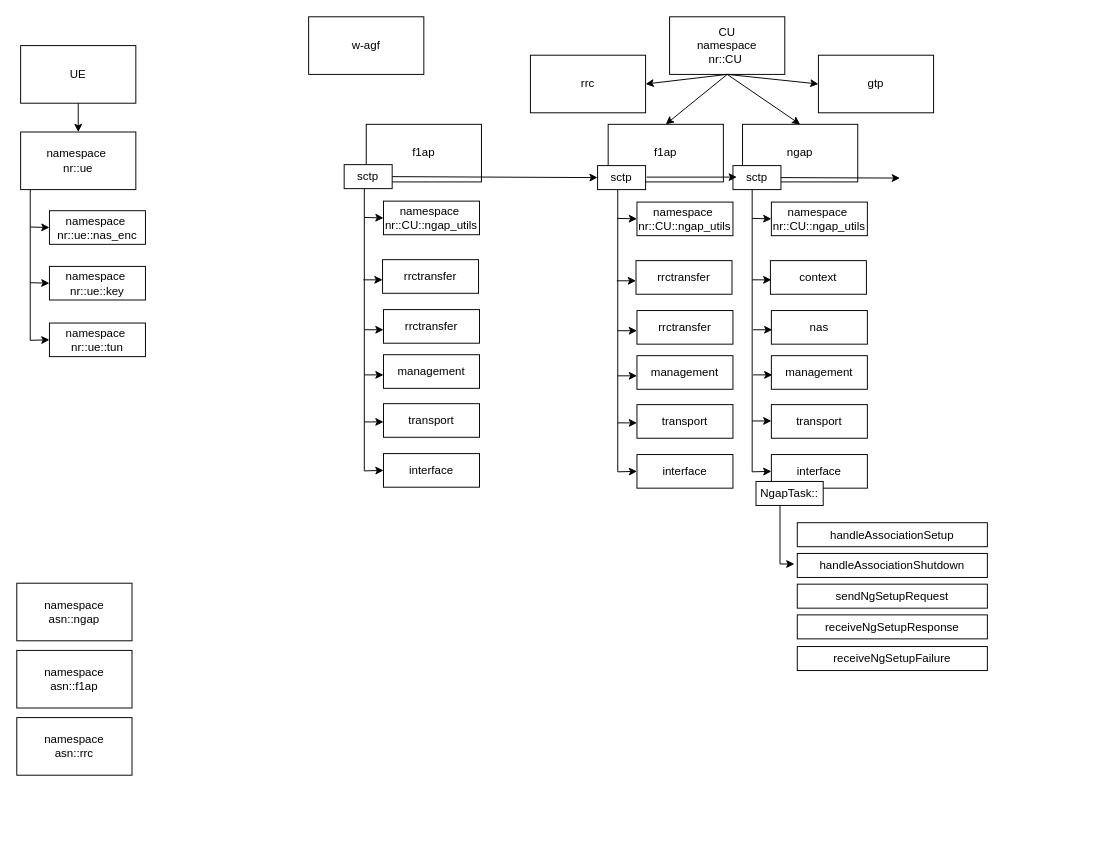
The draw.io diagram page "Halaman-2" (2 of 2) of Diagram Tanpa Judul.drawio in saffanazyan07/z-UERANSIM-W-AGF, before the edit. Source tidied: cells renumbered, new cells numbered last; positions are measured from the earlier drawing's top-left corner, leaving out a move shared by most shapes. Both pictures are drawn from the tidied source at 96%, with x=0, y=0 at pixel (16, 16).
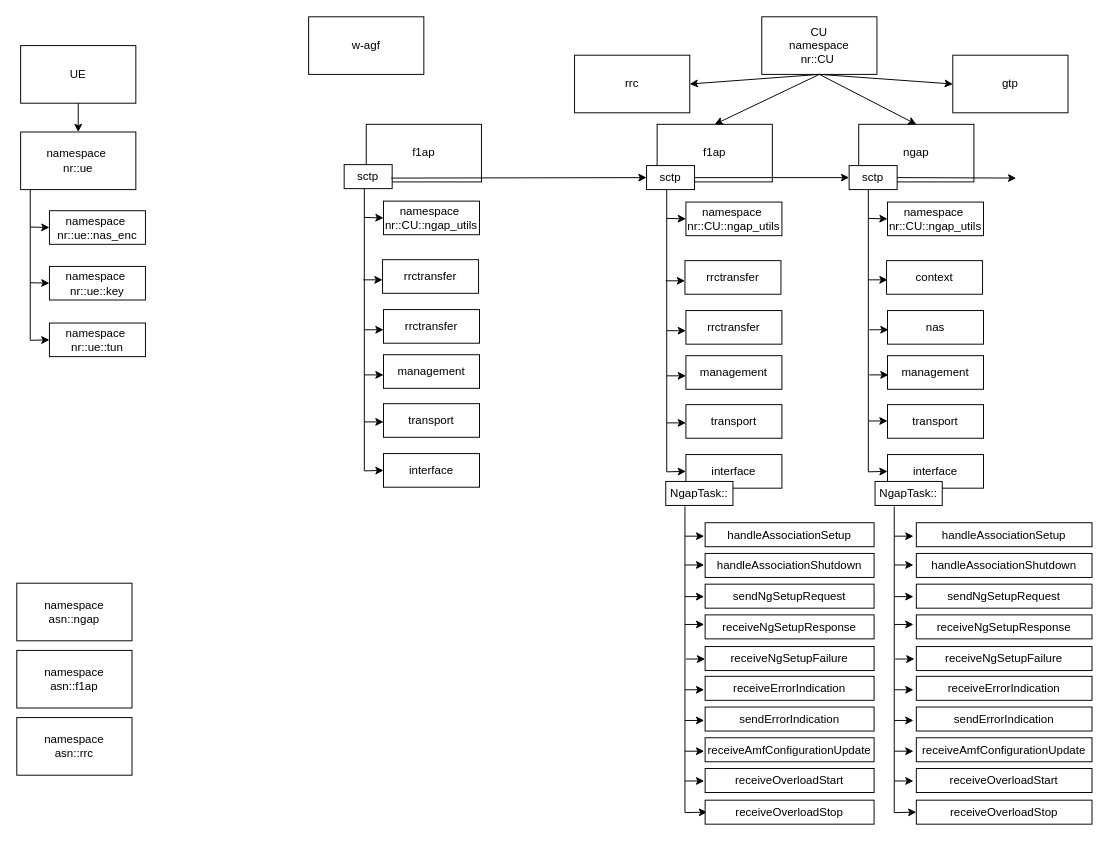
The same diagram, later.

The change refers to these unchanged cells:
```xml
<mxCell id="54" value="sctp" style="rounded=0;whiteSpace=wrap;html=1;" parent="1" vertex="1">
  <mxGeometry x="341" y="154" width="50" height="25" as="geometry" />
</mxCell>
```

What changed in the source:
```diff
@@
     <mxCell id="2" style="rounded=0;whiteSpace=wrap;html=1;" parent="1" vertex="1">
-      <mxGeometry x="680" width="120" height="60" as="geometry" />
+      <mxGeometry x="776" width="120" height="60" as="geometry" />
     </mxCell>
     <mxCell id="3" value="CU&lt;br&gt;namespace&lt;div&gt;&lt;span style=&quot;background-color: initial;&quot;&gt;nr::CU&lt;/span&gt;&amp;nbsp;&lt;/div&gt;" style="text;html=1;align=center;verticalAlign=middle;whiteSpace=wrap;rounded=0;" parent="1" vertex="1">
-      <mxGeometry x="710" y="15" width="60" height="30" as="geometry" />
+      <mxGeometry x="806" y="15" width="60" height="30" as="geometry" />
     </mxCell>
@@
     <mxCell id="8" value="ngap" style="rounded=0;whiteSpace=wrap;html=1;" parent="1" vertex="1">
-      <mxGeometry x="756" y="112" width="120" height="60" as="geometry" />
+      <mxGeometry x="877" y="112" width="120" height="60" as="geometry" />
     </mxCell>
@@
     <mxCell id="20" style="endArrow=classic;html=1;rounded=0;exitX=0.25;exitY=1;exitDx=0;exitDy=0;entryX=0;entryY=0.5;entryDx=0;entryDy=0;" parent="1" edge="1" target="23">
       <mxGeometry relative="1" as="geometry">
-        <mxPoint x="766" y="172" as="sourcePoint" />
+        <mxPoint x="887" y="172" as="sourcePoint" />
         <Array as="points">
-          <mxPoint x="766" y="474" />
+          <mxPoint x="887" y="474" />
         </Array>
       </mxGeometry>
     </mxCell>
     <mxCell id="21" value="namespace&amp;nbsp;&lt;div&gt;nr::CU::ngap_utils&lt;/div&gt;" style="rounded=0;whiteSpace=wrap;html=1;" parent="1" vertex="1">
-      <mxGeometry x="786" y="193" width="100" height="35" as="geometry" />
+      <mxGeometry x="907" y="193" width="100" height="35" as="geometry" />
     </mxCell>
     <mxCell id="22" style="endArrow=classic;html=1;rounded=0;entryX=0;entryY=0.5;entryDx=0;entryDy=0;" parent="1" edge="1" target="21">
       <mxGeometry relative="1" as="geometry">
-        <mxPoint x="766" y="210" as="sourcePoint" />
+        <mxPoint x="887" y="210" as="sourcePoint" />
       </mxGeometry>
     </mxCell>
     <mxCell id="23" value="interface" style="rounded=0;whiteSpace=wrap;html=1;" parent="1" vertex="1">
-      <mxGeometry x="786" y="456" width="100" height="35" as="geometry" />
+      <mxGeometry x="907" y="456" width="100" height="35" as="geometry" />
     </mxCell>
     <mxCell id="24" value="f1ap" style="rounded=0;whiteSpace=wrap;html=1;" parent="1" vertex="1">
-      <mxGeometry x="616" y="112" width="120" height="60" as="geometry" />
+      <mxGeometry x="667" y="112" width="120" height="60" as="geometry" />
     </mxCell>
@@
     <mxCell id="26" style="endArrow=classic;html=1;rounded=0;exitX=0.25;exitY=1;exitDx=0;exitDy=0;entryX=0;entryY=0.5;entryDx=0;entryDy=0;" parent="1" edge="1" target="29">
       <mxGeometry relative="1" as="geometry">
-        <mxPoint x="626" y="172" as="sourcePoint" />
+        <mxPoint x="677" y="172" as="sourcePoint" />
         <Array as="points">
-          <mxPoint x="626" y="474" />
+          <mxPoint x="677" y="474" />
         </Array>
       </mxGeometry>
     </mxCell>
     <mxCell id="27" value="namespace&amp;nbsp;&lt;div&gt;nr::CU::ngap_utils&lt;/div&gt;" style="rounded=0;whiteSpace=wrap;html=1;" parent="1" vertex="1">
-      <mxGeometry x="646" y="193" width="100" height="35" as="geometry" />
+      <mxGeometry x="697" y="193" width="100" height="35" as="geometry" />
     </mxCell>
     <mxCell id="28" style="endArrow=classic;html=1;rounded=0;entryX=0;entryY=0.5;entryDx=0;entryDy=0;" parent="1" edge="1" target="27">
       <mxGeometry relative="1" as="geometry">
-        <mxPoint x="626" y="210" as="sourcePoint" />
+        <mxPoint x="677" y="210" as="sourcePoint" />
       </mxGeometry>
     </mxCell>
     <mxCell id="29" value="interface" style="rounded=0;whiteSpace=wrap;html=1;" parent="1" vertex="1">
-      <mxGeometry x="646" y="456" width="100" height="35" as="geometry" />
+      <mxGeometry x="697" y="456" width="100" height="35" as="geometry" />
     </mxCell>
     <mxCell id="30" value="sctp" style="rounded=0;whiteSpace=wrap;html=1;" parent="1" vertex="1">
-      <mxGeometry x="605" y="155" width="50" height="25" as="geometry" />
+      <mxGeometry x="656" y="155" width="50" height="25" as="geometry" />
     </mxCell>
     <mxCell id="31" value="sctp" style="rounded=0;whiteSpace=wrap;html=1;" parent="1" vertex="1">
-      <mxGeometry x="746" y="155" width="50" height="25" as="geometry" />
+      <mxGeometry x="867" y="155" width="50" height="25" as="geometry" />
     </mxCell>
     <mxCell id="32" value="transport" style="rounded=0;whiteSpace=wrap;html=1;" parent="1" vertex="1">
-      <mxGeometry x="786" y="404" width="100" height="35" as="geometry" />
+      <mxGeometry x="907" y="404" width="100" height="35" as="geometry" />
     </mxCell>
     <mxCell id="33" value="transport" style="rounded=0;whiteSpace=wrap;html=1;" parent="1" vertex="1">
-      <mxGeometry x="646" y="404" width="100" height="35" as="geometry" />
+      <mxGeometry x="697" y="404" width="100" height="35" as="geometry" />
     </mxCell>
     <mxCell id="34" value="management" style="rounded=0;whiteSpace=wrap;html=1;" parent="1" vertex="1">
-      <mxGeometry x="786" y="353" width="100" height="35" as="geometry" />
+      <mxGeometry x="907" y="353" width="100" height="35" as="geometry" />
     </mxCell>
     <mxCell id="35" value="management" style="rounded=0;whiteSpace=wrap;html=1;" parent="1" vertex="1">
-      <mxGeometry x="646" y="353" width="100" height="35" as="geometry" />
+      <mxGeometry x="697" y="353" width="100" height="35" as="geometry" />
     </mxCell>
     <mxCell id="36" style="endArrow=classic;html=1;rounded=0;" parent="1" edge="1">
       <mxGeometry relative="1" as="geometry">
-        <mxPoint x="626" y="423" as="sourcePoint" />
-        <mxPoint x="646" y="423" as="targetPoint" />
+        <mxPoint x="677" y="423" as="sourcePoint" />
+        <mxPoint x="697" y="423" as="targetPoint" />
       </mxGeometry>
     </mxCell>
     <mxCell id="37" style="endArrow=classic;html=1;rounded=0;" parent="1" edge="1">
       <mxGeometry relative="1" as="geometry">
-        <mxPoint x="626" y="374" as="sourcePoint" />
-        <mxPoint x="646" y="374" as="targetPoint" />
+        <mxPoint x="677" y="374" as="sourcePoint" />
+        <mxPoint x="697" y="374" as="targetPoint" />
       </mxGeometry>
     </mxCell>
     <mxCell id="38" style="endArrow=classic;html=1;rounded=0;" parent="1" edge="1">
       <mxGeometry relative="1" as="geometry">
-        <mxPoint x="767" y="373" as="sourcePoint" />
-        <mxPoint x="787" y="373" as="targetPoint" />
+        <mxPoint x="888" y="373" as="sourcePoint" />
+        <mxPoint x="908" y="373" as="targetPoint" />
       </mxGeometry>
     </mxCell>
     <mxCell id="39" style="endArrow=classic;html=1;rounded=0;" parent="1" edge="1">
       <mxGeometry relative="1" as="geometry">
-        <mxPoint x="766" y="421" as="sourcePoint" />
-        <mxPoint x="786" y="421" as="targetPoint" />
+        <mxPoint x="887" y="421" as="sourcePoint" />
+        <mxPoint x="907" y="421" as="targetPoint" />
       </mxGeometry>
     </mxCell>
     <mxCell id="40" style="endArrow=classic;html=1;rounded=0;exitX=1;exitY=0.5;exitDx=0;exitDy=0;" parent="1" edge="1" source="31">
       <mxGeometry relative="1" as="geometry">
-        <mxPoint x="920" y="168" as="targetPoint" />
+        <mxPoint x="1041" y="168" as="targetPoint" />
       </mxGeometry>
     </mxCell>
-    <mxCell id="41" style="endArrow=classic;html=1;rounded=0;exitX=1;exitY=0.5;exitDx=0;exitDy=0;" parent="1" edge="1">
-      <mxGeometry relative="1" as="geometry">
-        <mxPoint x="656" y="167" as="sourcePoint" />
-        <mxPoint x="750" y="167" as="targetPoint" />
-      </mxGeometry>
+    <mxCell id="41" style="endArrow=classic;html=1;rounded=0;exitX=1;exitY=0.5;exitDx=0;exitDy=0;entryX=0;entryY=0.5;entryDx=0;entryDy=0;" parent="1" edge="1" source="30" target="31">
+      <mxGeometry relative="1" as="geometry" />
     </mxCell>
     <mxCell id="42" value="nas" style="rounded=0;whiteSpace=wrap;html=1;" parent="1" vertex="1">
-      <mxGeometry x="786" y="306" width="100" height="35" as="geometry" />
+      <mxGeometry x="907" y="306" width="100" height="35" as="geometry" />
     </mxCell>
     <mxCell id="43" value="rrctransfer" style="rounded=0;whiteSpace=wrap;html=1;" parent="1" vertex="1">
-      <mxGeometry x="646" y="306" width="100" height="35" as="geometry" />
+      <mxGeometry x="697" y="306" width="100" height="35" as="geometry" />
     </mxCell>
     <mxCell id="44" style="endArrow=classic;html=1;rounded=0;" parent="1" edge="1">
       <mxGeometry relative="1" as="geometry">
-        <mxPoint x="626" y="327" as="sourcePoint" />
-        <mxPoint x="646" y="327" as="targetPoint" />
+        <mxPoint x="677" y="327" as="sourcePoint" />
+        <mxPoint x="697" y="327" as="targetPoint" />
       </mxGeometry>
     </mxCell>
     <mxCell id="45" style="endArrow=classic;html=1;rounded=0;" parent="1" edge="1">
       <mxGeometry relative="1" as="geometry">
-        <mxPoint x="767" y="326" as="sourcePoint" />
-        <mxPoint x="787" y="326" as="targetPoint" />
+        <mxPoint x="888" y="326" as="sourcePoint" />
+        <mxPoint x="908" y="326" as="targetPoint" />
       </mxGeometry>
     </mxCell>
     <mxCell id="46" value="context" style="rounded=0;whiteSpace=wrap;html=1;" parent="1" vertex="1">
-      <mxGeometry x="785" y="254" width="100" height="35" as="geometry" />
+      <mxGeometry x="906" y="254" width="100" height="35" as="geometry" />
     </mxCell>
     <mxCell id="47" value="rrctransfer" style="rounded=0;whiteSpace=wrap;html=1;" parent="1" vertex="1">
-      <mxGeometry x="645" y="254" width="100" height="35" as="geometry" />
+      <mxGeometry x="696" y="254" width="100" height="35" as="geometry" />
     </mxCell>
     <mxCell id="48" style="endArrow=classic;html=1;rounded=0;" parent="1" edge="1">
       <mxGeometry relative="1" as="geometry">
-        <mxPoint x="625" y="275" as="sourcePoint" />
-        <mxPoint x="645" y="275" as="targetPoint" />
+        <mxPoint x="676" y="275" as="sourcePoint" />
+        <mxPoint x="696" y="275" as="targetPoint" />
       </mxGeometry>
     </mxCell>
     <mxCell id="49" style="endArrow=classic;html=1;rounded=0;" parent="1" edge="1">
       <mxGeometry relative="1" as="geometry">
-        <mxPoint x="766" y="274" as="sourcePoint" />
-        <mxPoint x="786" y="274" as="targetPoint" />
+        <mxPoint x="887" y="274" as="sourcePoint" />
+        <mxPoint x="907" y="274" as="targetPoint" />
       </mxGeometry>
     </mxCell>
@@
-    <mxCell id="59" style="endArrow=classic;html=1;rounded=0;exitX=1;exitY=0.5;exitDx=0;exitDy=0;entryX=0;entryY=0.5;entryDx=0;entryDy=0;" parent="1" edge="1" source="54" target="30">
-      <mxGeometry relative="1" as="geometry" />
+    <mxCell id="59" style="endArrow=classic;html=1;rounded=0;entryX=0;entryY=0.5;entryDx=0;entryDy=0;" parent="1" edge="1" target="30">
+      <mxGeometry relative="1" as="geometry">
+        <mxPoint x="390" y="168" as="sourcePoint" />
+      </mxGeometry>
     </mxCell>
@@
     <mxCell id="64" value="gtp" style="rounded=0;whiteSpace=wrap;html=1;" parent="1" vertex="1">
-      <mxGeometry x="835" y="40" width="120" height="60" as="geometry" />
+      <mxGeometry x="975" y="40" width="120" height="60" as="geometry" />
     </mxCell>
@@
     <mxCell id="66" value="rrc" style="rounded=0;whiteSpace=wrap;html=1;" parent="1" vertex="1">
-      <mxGeometry x="535" y="40" width="120" height="60" as="geometry" />
+      <mxGeometry x="581" y="40" width="120" height="60" as="geometry" />
     </mxCell>
@@
-    <mxCell id="68" style="endArrow=classic;html=1;rounded=0;" parent="1" edge="1">
+    <mxCell id="68" style="endArrow=classic;html=1;rounded=0;entryX=0;entryY=0.5;entryDx=0;entryDy=0;" parent="1" edge="1" target="79">
       <mxGeometry relative="1" as="geometry">
-        <mxPoint x="795" y="491" as="sourcePoint" />
-        <mxPoint x="810" y="570" as="targetPoint" />
+        <mxPoint x="914" y="510" as="sourcePoint" />
         <Array as="points">
-          <mxPoint x="795" y="570" />
+          <mxPoint x="914" y="829" />
         </Array>
       </mxGeometry>
     </mxCell>
     <mxCell id="69" value="handleAssociationSetup" style="rounded=0;whiteSpace=wrap;html=1;" parent="1" vertex="1">
-      <mxGeometry x="813" y="527" width="198" height="25" as="geometry" />
+      <mxGeometry x="937" y="527" width="183" height="25" as="geometry" />
     </mxCell>
     <mxCell id="70" value="sendNgSetupRequest" style="rounded=0;whiteSpace=wrap;html=1;" parent="1" vertex="1">
-      <mxGeometry x="813" y="591" width="198" height="25" as="geometry" />
+      <mxGeometry x="937" y="591" width="183" height="25" as="geometry" />
     </mxCell>
     <mxCell id="71" value="NgapTask::" style="rounded=0;whiteSpace=wrap;html=1;" parent="1" vertex="1">
-      <mxGeometry x="770" y="484" width="70" height="25" as="geometry" />
+      <mxGeometry x="894" y="484" width="70" height="25" as="geometry" />
     </mxCell>
     <mxCell id="72" value="receiveNgSetupResponse" style="rounded=0;whiteSpace=wrap;html=1;" parent="1" vertex="1">
-      <mxGeometry x="813" y="623" width="198" height="25" as="geometry" />
+      <mxGeometry x="937" y="623" width="183" height="25" as="geometry" />
     </mxCell>
     <mxCell id="73" value="handleAssociationShutdown" style="rounded=0;whiteSpace=wrap;html=1;" parent="1" vertex="1">
-      <mxGeometry x="813" y="559" width="198" height="25" as="geometry" />
+      <mxGeometry x="937" y="559" width="183" height="25" as="geometry" />
     </mxCell>
     <mxCell id="74" value="receiveNgSetupFailure" style="rounded=0;whiteSpace=wrap;html=1;" parent="1" vertex="1">
-      <mxGeometry x="813" y="656" width="198" height="25" as="geometry" />
+      <mxGeometry x="937" y="656" width="183" height="25" as="geometry" />
     </mxCell>
+    <mxCell id="75" value="receiveErrorIndication" style="rounded=0;whiteSpace=wrap;html=1;" parent="1" vertex="1">
+      <mxGeometry x="937" y="687" width="183" height="25" as="geometry" />
+    </mxCell>
+    <mxCell id="76" value="sendErrorIndication" style="rounded=0;whiteSpace=wrap;html=1;" parent="1" vertex="1">
+      <mxGeometry x="937" y="719" width="183" height="25" as="geometry" />
+    </mxCell>
+    <mxCell id="77" value="receiveAmfConfigurationUpdate" style="rounded=0;whiteSpace=wrap;html=1;" parent="1" vertex="1">
+      <mxGeometry x="937" y="751" width="183" height="25" as="geometry" />
+    </mxCell>
+    <mxCell id="78" value="receiveOverloadStart" style="rounded=0;whiteSpace=wrap;html=1;" parent="1" vertex="1">
+      <mxGeometry x="937" y="783" width="183" height="25" as="geometry" />
+    </mxCell>
+    <mxCell id="79" value="receiveOverloadStop" style="rounded=0;whiteSpace=wrap;html=1;" parent="1" vertex="1">
+      <mxGeometry x="937" y="816" width="183" height="25" as="geometry" />
+    </mxCell>
+    <mxCell id="80" style="endArrow=classic;html=1;rounded=0;" parent="1" edge="1">
+      <mxGeometry relative="1" as="geometry">
+        <mxPoint x="914" y="541" as="sourcePoint" />
+        <mxPoint x="934" y="541" as="targetPoint" />
+      </mxGeometry>
+    </mxCell>
+    <mxCell id="81" style="endArrow=classic;html=1;rounded=0;" parent="1" edge="1">
+      <mxGeometry relative="1" as="geometry">
+        <mxPoint x="914" y="571" as="sourcePoint" />
+        <mxPoint x="934" y="571" as="targetPoint" />
+      </mxGeometry>
+    </mxCell>
+    <mxCell id="82" style="endArrow=classic;html=1;rounded=0;" parent="1" edge="1">
+      <mxGeometry relative="1" as="geometry">
+        <mxPoint x="914" y="604" as="sourcePoint" />
+        <mxPoint x="934" y="604" as="targetPoint" />
+      </mxGeometry>
+    </mxCell>
+    <mxCell id="83" style="endArrow=classic;html=1;rounded=0;" parent="1" edge="1">
+      <mxGeometry relative="1" as="geometry">
+        <mxPoint x="914" y="633" as="sourcePoint" />
+        <mxPoint x="934" y="633" as="targetPoint" />
+      </mxGeometry>
+    </mxCell>
+    <mxCell id="84" style="endArrow=classic;html=1;rounded=0;" parent="1" edge="1">
+      <mxGeometry relative="1" as="geometry">
+        <mxPoint x="915" y="669" as="sourcePoint" />
+        <mxPoint x="935" y="669" as="targetPoint" />
+      </mxGeometry>
+    </mxCell>
+    <mxCell id="85" style="endArrow=classic;html=1;rounded=0;" parent="1" edge="1">
+      <mxGeometry relative="1" as="geometry">
+        <mxPoint x="914" y="701" as="sourcePoint" />
+        <mxPoint x="934" y="701" as="targetPoint" />
+      </mxGeometry>
+    </mxCell>
+    <mxCell id="86" style="endArrow=classic;html=1;rounded=0;" parent="1" edge="1">
+      <mxGeometry relative="1" as="geometry">
+        <mxPoint x="914" y="733" as="sourcePoint" />
+        <mxPoint x="934" y="733" as="targetPoint" />
+      </mxGeometry>
+    </mxCell>
+    <mxCell id="87" style="endArrow=classic;html=1;rounded=0;" parent="1" edge="1">
+      <mxGeometry relative="1" as="geometry">
+        <mxPoint x="914" y="765" as="sourcePoint" />
+        <mxPoint x="934" y="765" as="targetPoint" />
+      </mxGeometry>
+    </mxCell>
+    <mxCell id="88" style="endArrow=classic;html=1;rounded=0;" parent="1" edge="1">
+      <mxGeometry relative="1" as="geometry">
+        <mxPoint x="914" y="796" as="sourcePoint" />
+        <mxPoint x="934" y="796" as="targetPoint" />
+      </mxGeometry>
+    </mxCell>
+    <mxCell id="89" style="endArrow=classic;html=1;rounded=0;entryX=0;entryY=0.5;entryDx=0;entryDy=0;" parent="1" edge="1">
+      <mxGeometry relative="1" as="geometry">
+        <mxPoint x="696" y="510" as="sourcePoint" />
+        <mxPoint x="719" y="828.5" as="targetPoint" />
+        <Array as="points">
+          <mxPoint x="696" y="829" />
+        </Array>
+      </mxGeometry>
+    </mxCell>
+    <mxCell id="90" value="handleAssociationSetup" style="rounded=0;whiteSpace=wrap;html=1;" parent="1" vertex="1">
+      <mxGeometry x="717" y="527" width="176" height="25" as="geometry" />
+    </mxCell>
+    <mxCell id="91" value="sendNgSetupRequest" style="rounded=0;whiteSpace=wrap;html=1;" parent="1" vertex="1">
+      <mxGeometry x="717" y="591" width="176" height="25" as="geometry" />
+    </mxCell>
+    <mxCell id="92" value="NgapTask::" style="rounded=0;whiteSpace=wrap;html=1;" parent="1" vertex="1">
+      <mxGeometry x="676" y="484" width="70" height="25" as="geometry" />
+    </mxCell>
+    <mxCell id="93" value="receiveNgSetupResponse" style="rounded=0;whiteSpace=wrap;html=1;" parent="1" vertex="1">
+      <mxGeometry x="717" y="623" width="176" height="25" as="geometry" />
+    </mxCell>
+    <mxCell id="94" value="handleAssociationShutdown" style="rounded=0;whiteSpace=wrap;html=1;" parent="1" vertex="1">
+      <mxGeometry x="717" y="559" width="176" height="25" as="geometry" />
+    </mxCell>
+    <mxCell id="95" value="receiveNgSetupFailure" style="rounded=0;whiteSpace=wrap;html=1;" parent="1" vertex="1">
+      <mxGeometry x="717" y="656" width="176" height="25" as="geometry" />
+    </mxCell>
+    <mxCell id="96" value="receiveErrorIndication" style="rounded=0;whiteSpace=wrap;html=1;" parent="1" vertex="1">
+      <mxGeometry x="717" y="687" width="176" height="25" as="geometry" />
+    </mxCell>
+    <mxCell id="97" value="sendErrorIndication" style="rounded=0;whiteSpace=wrap;html=1;" parent="1" vertex="1">
+      <mxGeometry x="717" y="719" width="176" height="25" as="geometry" />
+    </mxCell>
+    <mxCell id="98" value="receiveAmfConfigurationUpdate" style="rounded=0;whiteSpace=wrap;html=1;" parent="1" vertex="1">
+      <mxGeometry x="717" y="751" width="176" height="25" as="geometry" />
+    </mxCell>
+    <mxCell id="99" value="receiveOverloadStart" style="rounded=0;whiteSpace=wrap;html=1;" parent="1" vertex="1">
+      <mxGeometry x="717" y="783" width="176" height="25" as="geometry" />
+    </mxCell>
+    <mxCell id="100" value="receiveOverloadStop" style="rounded=0;whiteSpace=wrap;html=1;" parent="1" vertex="1">
+      <mxGeometry x="717" y="816" width="176" height="25" as="geometry" />
+    </mxCell>
+    <mxCell id="101" style="endArrow=classic;html=1;rounded=0;" parent="1" edge="1">
+      <mxGeometry relative="1" as="geometry">
+        <mxPoint x="696" y="541" as="sourcePoint" />
+        <mxPoint x="716" y="541" as="targetPoint" />
+      </mxGeometry>
+    </mxCell>
+    <mxCell id="102" style="endArrow=classic;html=1;rounded=0;" parent="1" edge="1">
+      <mxGeometry relative="1" as="geometry">
+        <mxPoint x="696" y="571" as="sourcePoint" />
+        <mxPoint x="716" y="571" as="targetPoint" />
+      </mxGeometry>
+    </mxCell>
+    <mxCell id="103" style="endArrow=classic;html=1;rounded=0;" parent="1" edge="1">
+      <mxGeometry relative="1" as="geometry">
+        <mxPoint x="696" y="604" as="sourcePoint" />
+        <mxPoint x="716" y="604" as="targetPoint" />
+      </mxGeometry>
+    </mxCell>
+    <mxCell id="104" style="endArrow=classic;html=1;rounded=0;" parent="1" edge="1">
+      <mxGeometry relative="1" as="geometry">
+        <mxPoint x="696" y="633" as="sourcePoint" />
+        <mxPoint x="716" y="633" as="targetPoint" />
+      </mxGeometry>
+    </mxCell>
+    <mxCell id="105" style="endArrow=classic;html=1;rounded=0;" parent="1" edge="1">
+      <mxGeometry relative="1" as="geometry">
+        <mxPoint x="697" y="669" as="sourcePoint" />
+        <mxPoint x="717" y="669" as="targetPoint" />
+      </mxGeometry>
+    </mxCell>
+    <mxCell id="106" style="endArrow=classic;html=1;rounded=0;" parent="1" edge="1">
+      <mxGeometry relative="1" as="geometry">
+        <mxPoint x="696" y="701" as="sourcePoint" />
+        <mxPoint x="716" y="701" as="targetPoint" />
+      </mxGeometry>
+    </mxCell>
+    <mxCell id="107" style="endArrow=classic;html=1;rounded=0;" parent="1" edge="1">
+      <mxGeometry relative="1" as="geometry">
+        <mxPoint x="696" y="733" as="sourcePoint" />
+        <mxPoint x="716" y="733" as="targetPoint" />
+      </mxGeometry>
+    </mxCell>
+    <mxCell id="108" style="endArrow=classic;html=1;rounded=0;" parent="1" edge="1">
+      <mxGeometry relative="1" as="geometry">
+        <mxPoint x="696" y="765" as="sourcePoint" />
+        <mxPoint x="716" y="765" as="targetPoint" />
+      </mxGeometry>
+    </mxCell>
+    <mxCell id="109" style="endArrow=classic;html=1;rounded=0;" parent="1" edge="1">
+      <mxGeometry relative="1" as="geometry">
+        <mxPoint x="696" y="796" as="sourcePoint" />
+        <mxPoint x="716" y="796" as="targetPoint" />
+      </mxGeometry>
+    </mxCell>
```
